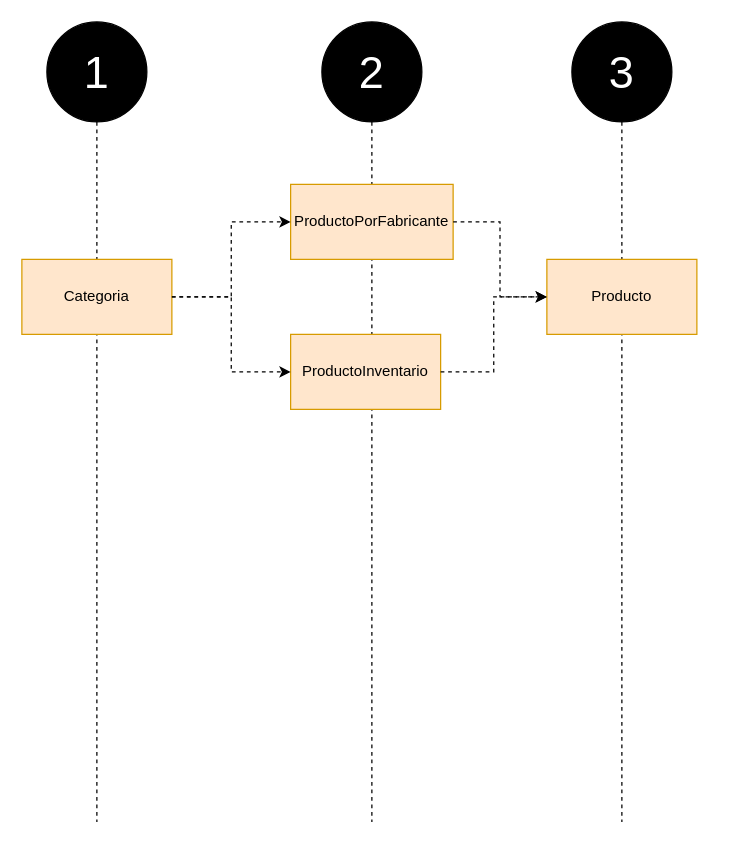
Earlier version of the draw.io diagram page "Flujo de eventos" (1 of 4) of SpaOnline/EventStorming/Productos-Event Storming.drawio (cristianospina/DOO). Source tidied: cells renumbered, new cells numbered last; positions are measured from the earlier drawing's top-left corner, leaving out a move shared by most shapes. Both pictures are drawn from the tidied source at 125%, with x=0, y=0 at pixel (21, 21).
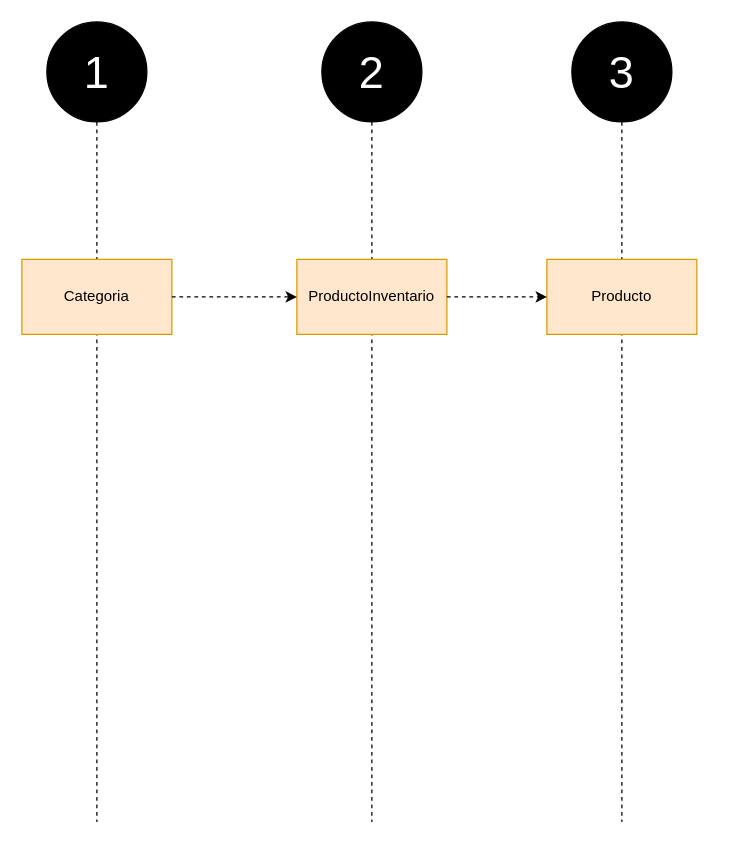
The same diagram, later.

Unchanged cells that the change refers to:
```xml
<mxCell id="5" value="Categoria" style="rounded=0;whiteSpace=wrap;html=1;fillColor=#ffe6cc;strokeColor=#d79b00;" parent="2" vertex="1">
  <mxGeometry x="-20" y="190" width="120" height="60" as="geometry" />
</mxCell>
<mxCell id="6" style="group;" parent="1" vertex="1">
  <mxGeometry x="240" width="110" height="650" as="geometry" />
</mxCell>
<mxCell id="14" value="Producto" style="rounded=0;whiteSpace=wrap;html=1;fillColor=#ffe6cc;strokeColor=#d79b00;" parent="11" vertex="1">
  <mxGeometry x="-20" y="190" width="120" height="60" as="geometry" />
</mxCell>
```

The edit, as a diff of the source:
```diff
@@
-    <mxCell id="9" value="ProductoPorFabricante" style="rounded=0;whiteSpace=wrap;html=1;fillColor=#ffe6cc;strokeColor=#d79b00;" parent="6" vertex="1">
-      <mxGeometry x="-25" y="130" width="130" height="60" as="geometry" />
-    </mxCell>
     <mxCell id="10" value="ProductoInventario" style="rounded=0;whiteSpace=wrap;html=1;fillColor=#ffe6cc;strokeColor=#d79b00;" parent="6" vertex="1">
-      <mxGeometry x="-25" y="250" width="120" height="60" as="geometry" />
+      <mxGeometry x="-20" y="190" width="120" height="60" as="geometry" />
     </mxCell>
@@
-    <mxCell id="15" style="edgeStyle=orthogonalEdgeStyle;rounded=0;jettySize=auto;html=1;exitX=1;exitY=0.5;exitDx=0;exitDy=0;entryX=0;entryY=0.5;entryDx=0;entryDy=0;dashed=1;" parent="1" edge="1" source="5" target="9">
-      <mxGeometry relative="1" as="geometry" />
-    </mxCell>
@@
-    <mxCell id="17" style="edgeStyle=orthogonalEdgeStyle;rounded=0;jettySize=auto;html=1;exitX=1;exitY=0.5;exitDx=0;exitDy=0;entryX=0;entryY=0.5;entryDx=0;entryDy=0;dashed=1;" parent="1" edge="1" source="9" target="14">
-      <mxGeometry relative="1" as="geometry" />
-    </mxCell>
```
